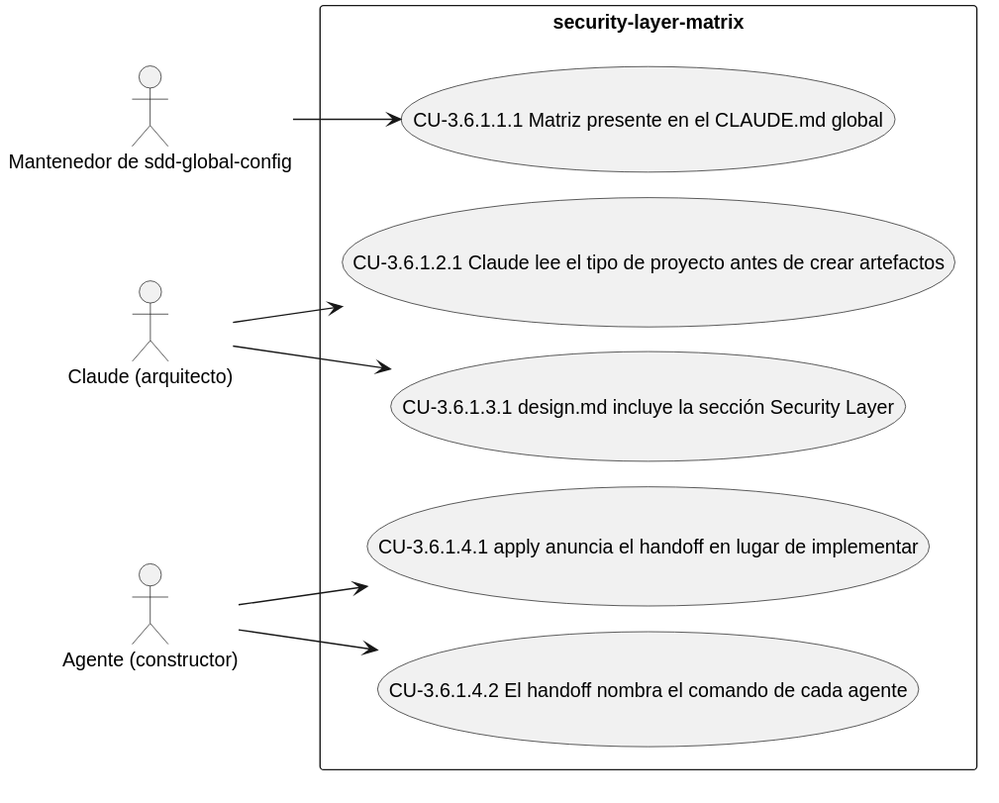
This is docs/diagramas/CAP-3.6.1.svg from Lautaro-Montecchiani/sdd-global-config, a PlantUML export, as it was before one commit. Its diagram source:
```plantuml
@startuml
!pragma layout smetana
left to right direction
actor "Mantenedor de sdd-global-config" as A1
actor "Claude (arquitecto)" as A2
actor "Agente (constructor)" as A3
rectangle "security-layer-matrix" {
  usecase "CU-3.6.1.1.1 Matriz presente en el CLAUDE.md global" as UC_3_6_1_1_1
  usecase "CU-3.6.1.2.1 Claude lee el tipo de proyecto antes de crear artefactos" as UC_3_6_1_2_1
  usecase "CU-3.6.1.3.1 design.md incluye la sección Security Layer" as UC_3_6_1_3_1
  usecase "CU-3.6.1.4.1 apply anuncia el handoff en lugar de implementar" as UC_3_6_1_4_1
  usecase "CU-3.6.1.4.2 El handoff nombra el comando de cada agente" as UC_3_6_1_4_2
}
A1 --> UC_3_6_1_1_1
A2 --> UC_3_6_1_2_1
A2 --> UC_3_6_1_3_1
A3 --> UC_3_6_1_4_1
A3 --> UC_3_6_1_4_2
@enduml
```
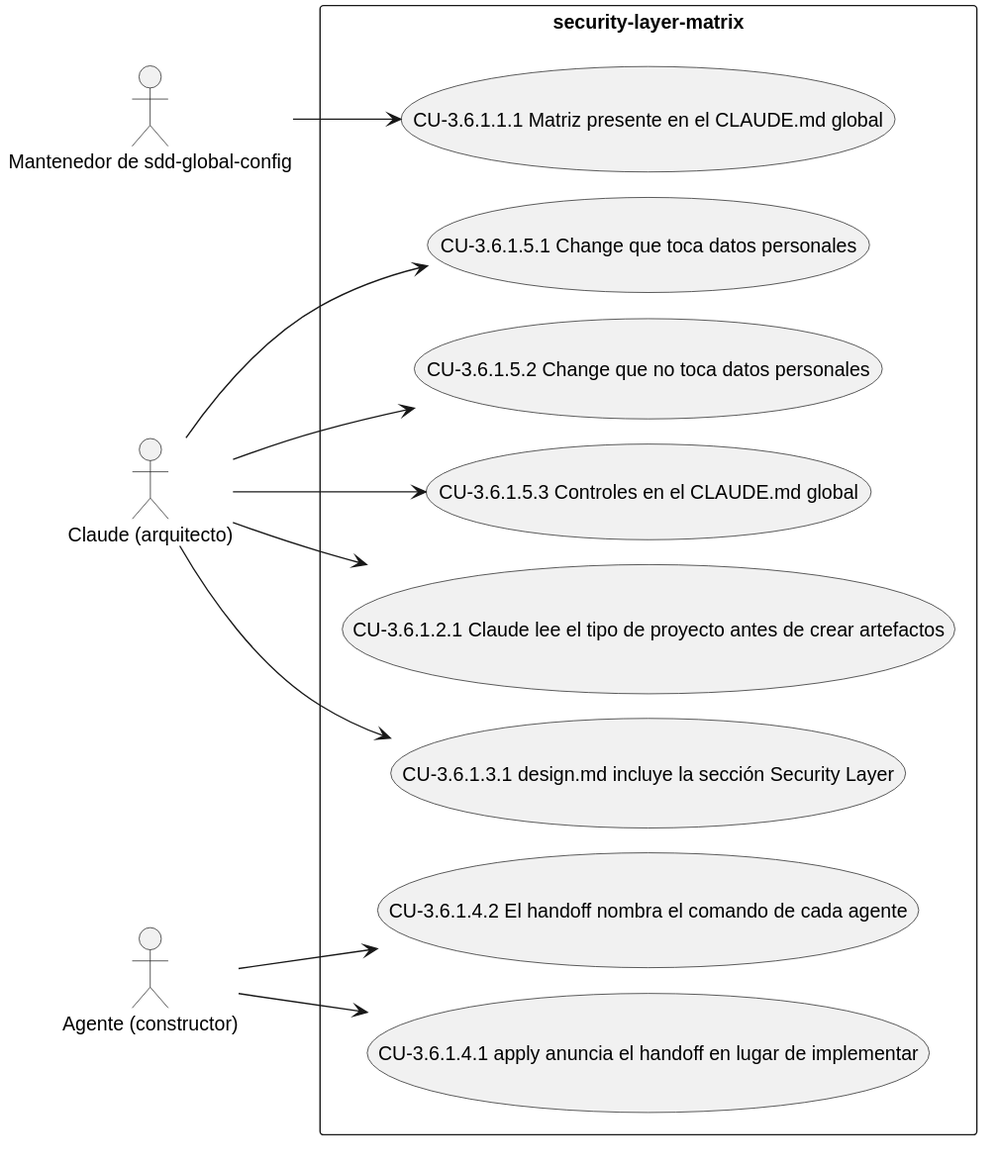
After the change.

Change to the diagram source:
```diff
@@ -10,10 +10,16 @@
   usecase "CU-3.6.1.3.1 design.md incluye la sección Security Layer" as UC_3_6_1_3_1
   usecase "CU-3.6.1.4.1 apply anuncia el handoff en lugar de implementar" as UC_3_6_1_4_1
   usecase "CU-3.6.1.4.2 El handoff nombra el comando de cada agente" as UC_3_6_1_4_2
+  usecase "CU-3.6.1.5.1 Change que toca datos personales" as UC_3_6_1_5_1
+  usecase "CU-3.6.1.5.2 Change que no toca datos personales" as UC_3_6_1_5_2
+  usecase "CU-3.6.1.5.3 Controles en el CLAUDE.md global" as UC_3_6_1_5_3
 }
 A1 --> UC_3_6_1_1_1
 A2 --> UC_3_6_1_2_1
 A2 --> UC_3_6_1_3_1
 A3 --> UC_3_6_1_4_1
 A3 --> UC_3_6_1_4_2
+A2 --> UC_3_6_1_5_1
+A2 --> UC_3_6_1_5_2
+A2 --> UC_3_6_1_5_3
 @enduml
```
